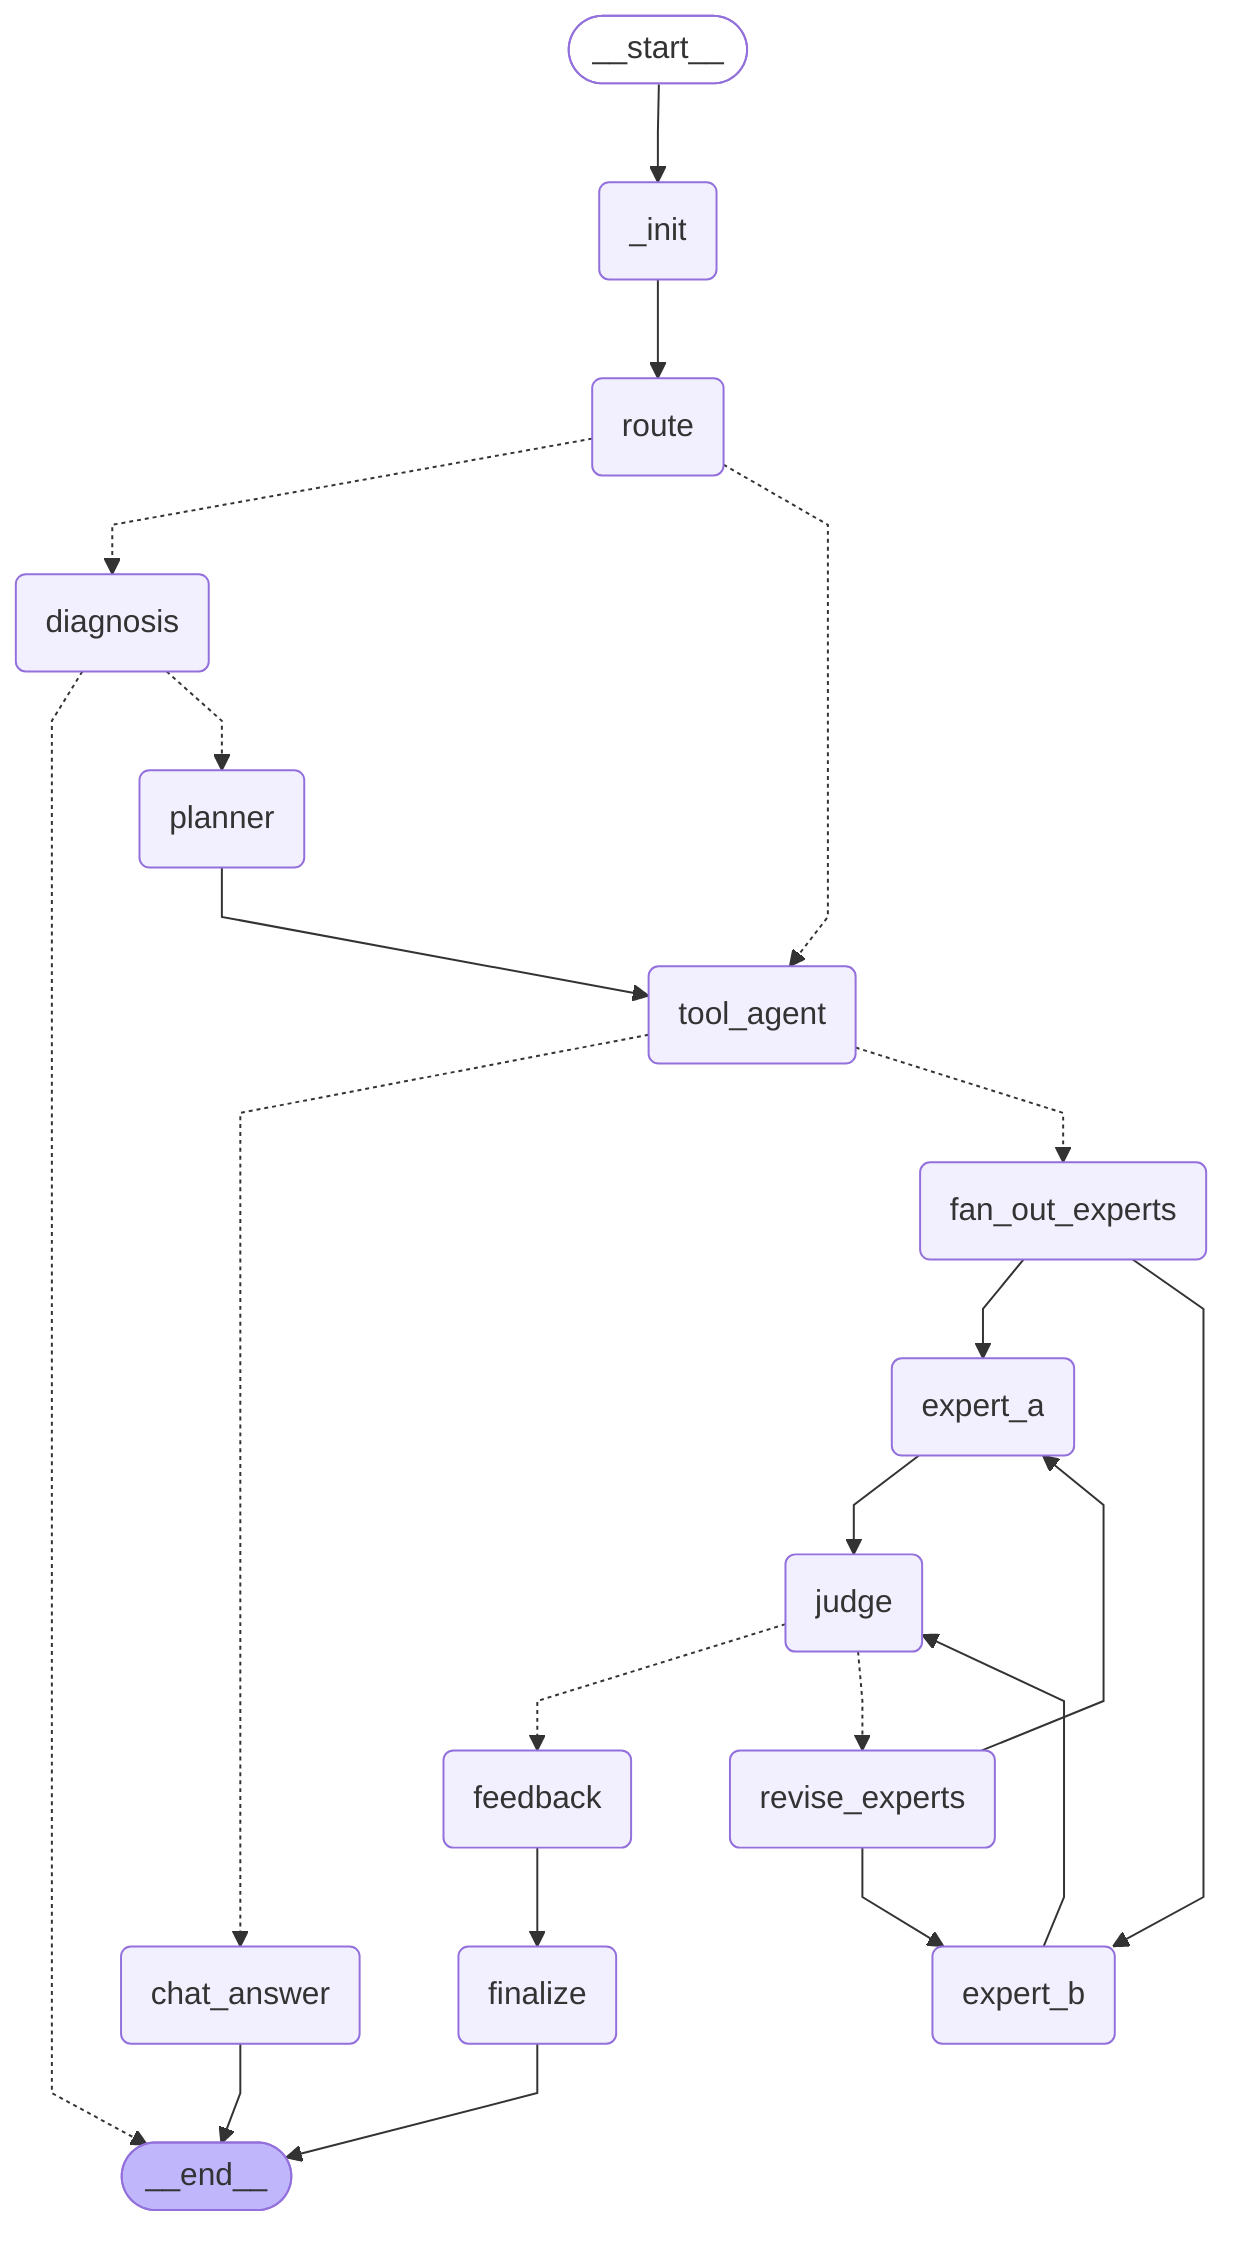
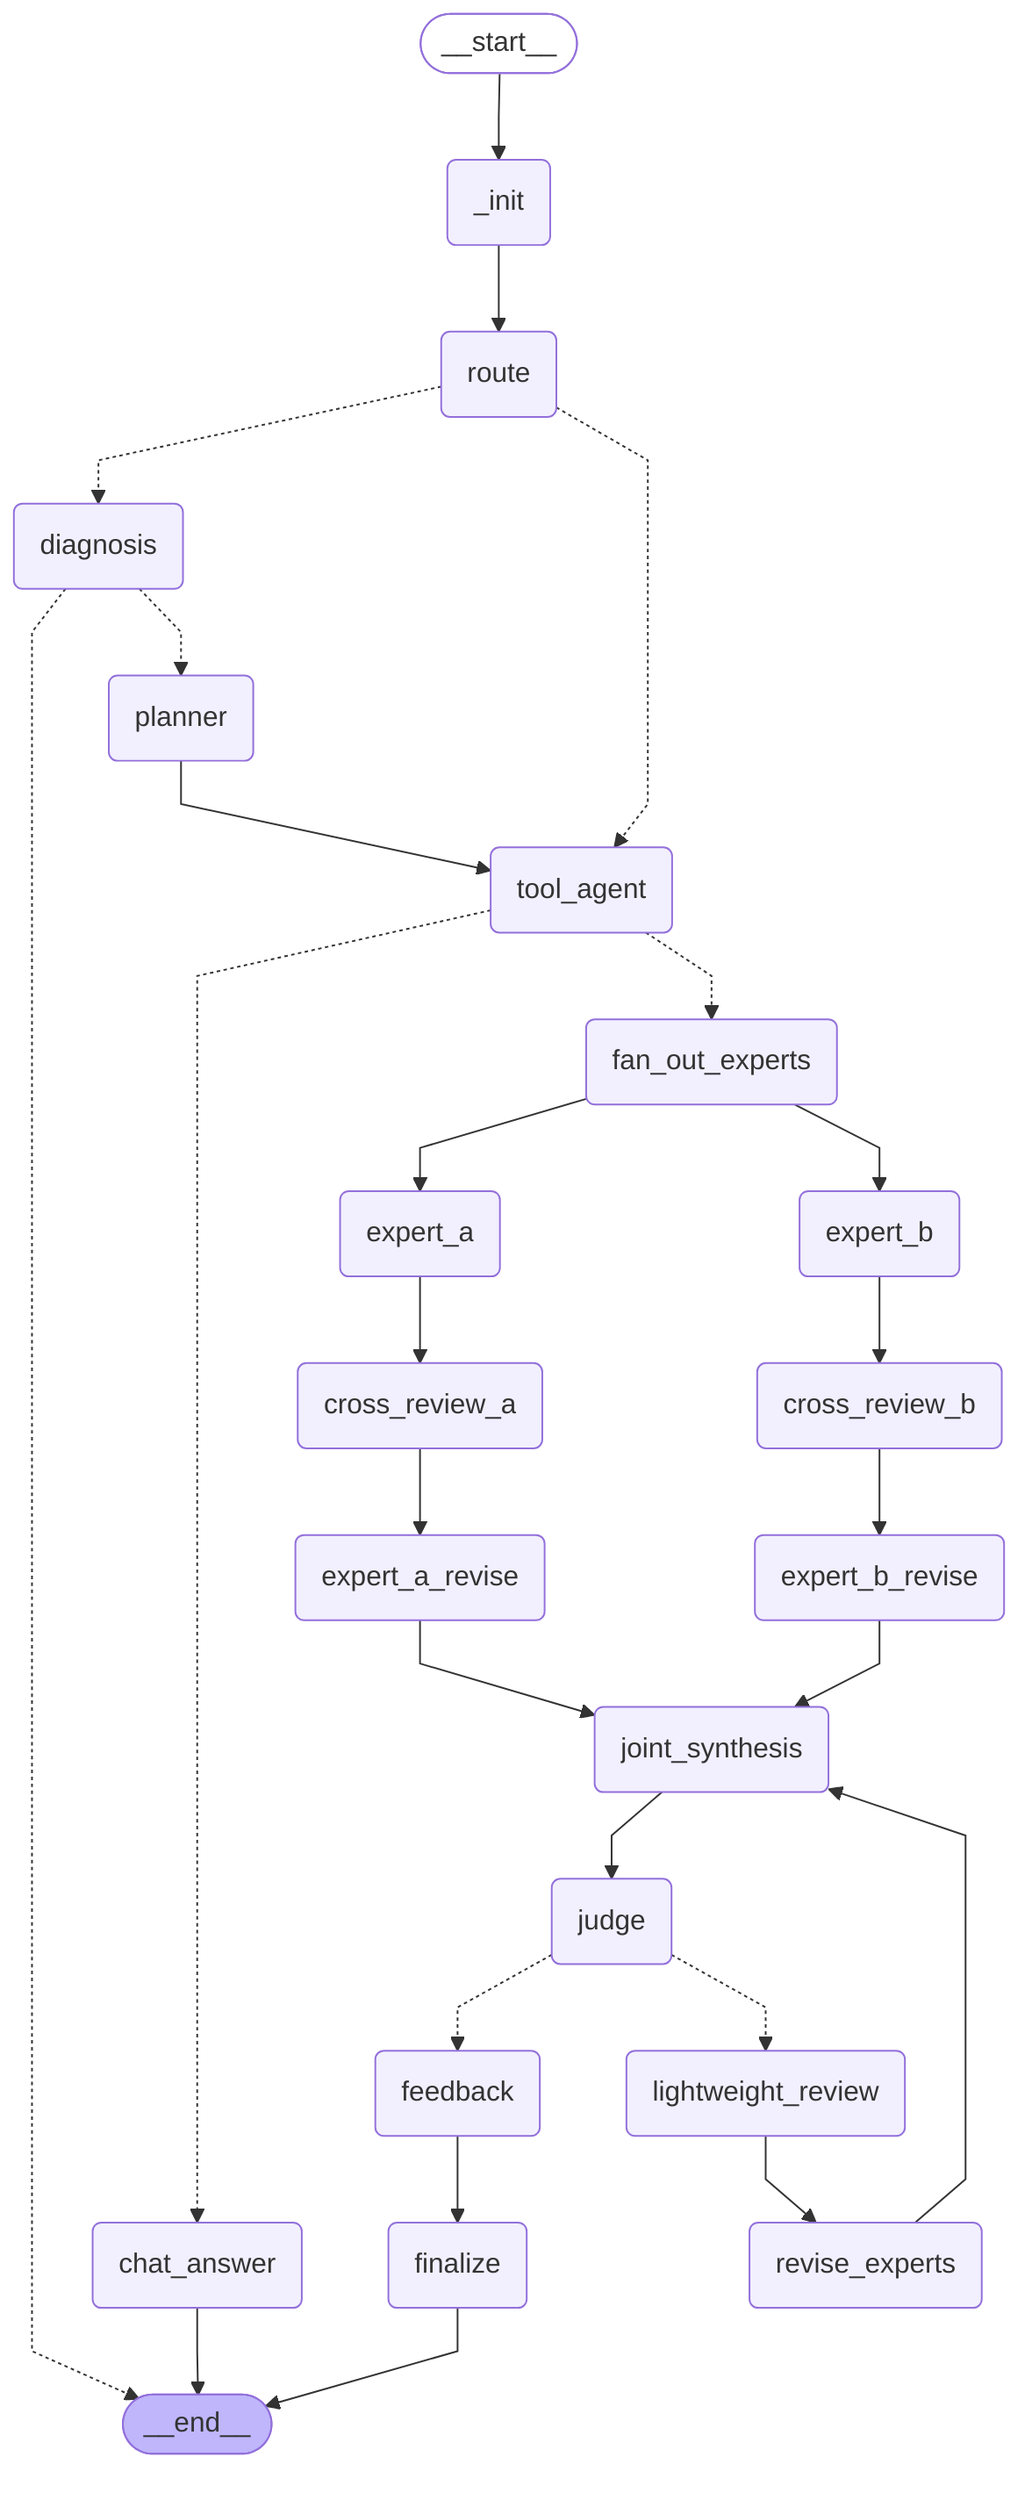
---
config:
  flowchart:
    curve: linear
---
graph TD;
	__start__([<p>__start__</p>]):::first
	_init(_init)
	route(route)
	diagnosis(diagnosis)
	planner(planner)
	tool_agent(tool_agent)
	chat_answer(chat_answer)
	fan_out_experts(fan_out_experts)
	expert_a(expert_a)
	expert_b(expert_b)
+ 	cross_review_a(cross_review_a)
+ 	cross_review_b(cross_review_b)
+ 	expert_a_revise(expert_a_revise)
+ 	expert_b_revise(expert_b_revise)
+ 	joint_synthesis(joint_synthesis)
	judge(judge)
	revise_experts(revise_experts)
+ 	lightweight_review(lightweight_review)
	feedback(feedback)
	finalize(finalize)
	__end__([<p>__end__</p>]):::last
	__start__ --> _init;
	_init --> route;
+ 	cross_review_a --> expert_a_revise;
+ 	cross_review_b --> expert_b_revise;
	diagnosis -.-> __end__;
	diagnosis -.-> planner;
- 	expert_a --> judge;
- 	expert_b --> judge;
+ 	expert_a --> cross_review_a;
+ 	expert_a_revise --> joint_synthesis;
+ 	expert_b --> cross_review_b;
+ 	expert_b_revise --> joint_synthesis;
	fan_out_experts --> expert_a;
	fan_out_experts --> expert_b;
	feedback --> finalize;
+ 	joint_synthesis --> judge;
	judge -.-> feedback;
- 	judge -.-> revise_experts;
+ 	judge -.-> lightweight_review;
+ 	lightweight_review --> revise_experts;
	planner --> tool_agent;
- 	revise_experts --> expert_a;
- 	revise_experts --> expert_b;
+ 	revise_experts --> joint_synthesis;
	route -.-> diagnosis;
	route -.-> tool_agent;
	tool_agent -.-> chat_answer;
	tool_agent -.-> fan_out_experts;
	chat_answer --> __end__;
	finalize --> __end__;
	classDef default fill:#f2f0ff,line-height:1.2
	classDef first fill-opacity:0
	classDef last fill:#bfb6fc
